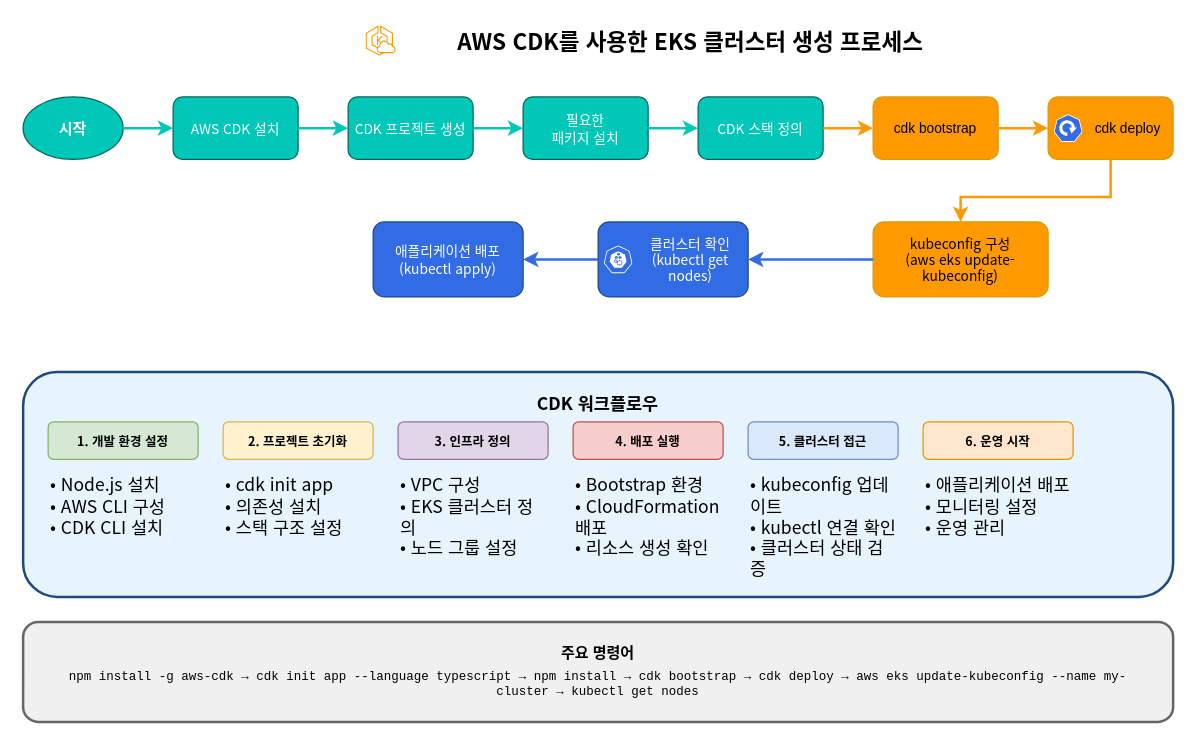
Above: assets/generated-diagrams/cdk_eks_creation_process.drawio in Atom-oh/kubernetes-docs (draw.io), before the change. Source tidied: cells renumbered, new cells numbered last; positions are measured from the earlier drawing's top-left corner, leaving out a move shared by most shapes. Both pictures are drawn from the tidied source at 125%, with x=0, y=0 at pixel (22, 21).
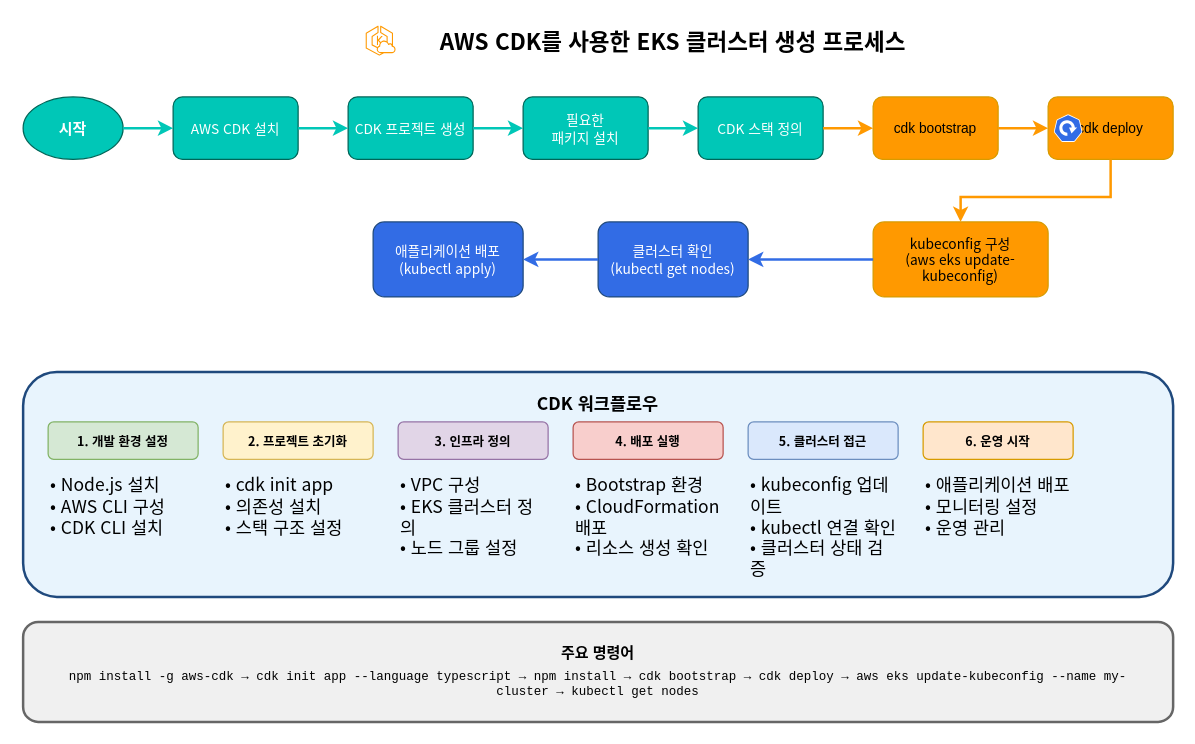
After the change.

Change to the diagram source:
```diff
@@
-    <mxCell id="2" value="AWS CDK를 사용한 EKS 클러스터 생성 프로세스" style="text;html=1;strokeColor=none;fillColor=none;align=center;verticalAlign=middle;whiteSpace=wrap;rounded=0;fontSize=18;fontStyle=1;fontFamily=Noto Sans CJK KR;spacingLeft=28;" parent="1" vertex="1">
+    <mxCell id="2" value="AWS CDK를 사용한 EKS 클러스터 생성 프로세스" style="text;html=1;strokeColor=none;fillColor=none;align=center;verticalAlign=middle;whiteSpace=wrap;rounded=0;fontSize=18;fontStyle=1;fontFamily=Noto Sans CJK KR;" parent="1" vertex="1">
       <mxGeometry x="270" width="500" height="30" as="geometry" />
     </mxCell>
@@
-    <mxCell id="9" value="cdk deploy" style="rounded=1;whiteSpace=wrap;html=1;fillColor=#FF9900;strokeColor=#D79B00;fontColor=black;fontSize=11;spacingLeft=28;" parent="1" vertex="1">
+    <mxCell id="9" value="cdk deploy" style="rounded=1;whiteSpace=wrap;html=1;fillColor=#FF9900;strokeColor=#D79B00;fontColor=black;fontSize=11;" parent="1" vertex="1">
       <mxGeometry x="820" y="60" width="100" height="50" as="geometry" />
     </mxCell>
@@
-    <mxCell id="11" value="클러스터 확인&#10;(kubectl get nodes)" style="rounded=1;whiteSpace=wrap;html=1;fillColor=#326CE5;strokeColor=#1F497D;fontColor=white;fontSize=11;fontFamily=Noto Sans CJK KR;spacingLeft=28;" parent="1" vertex="1">
+    <mxCell id="11" value="클러스터 확인&#10;(kubectl get nodes)" style="rounded=1;whiteSpace=wrap;html=1;fillColor=#326CE5;strokeColor=#1F497D;fontColor=white;fontSize=11;fontFamily=Noto Sans CJK KR;" parent="1" vertex="1">
       <mxGeometry x="460" y="160" width="120" height="60" as="geometry" />
     </mxCell>
@@
-    <mxCell id="39" style="sketch=0;fontColor=#232F3E;gradientColor=none;fillColor=#326CE5;strokeColor=none;dashed=0;verticalLabelPosition=middle;verticalAlign=middle;align=left;html=1;fontSize=0;fontStyle=0;shape=mxgraph.kubernetes.icon;prIcon=node;" parent="1" vertex="1">
-      <mxGeometry x="464" y="179" width="24" height="22" as="geometry" />
-    </mxCell>
```
